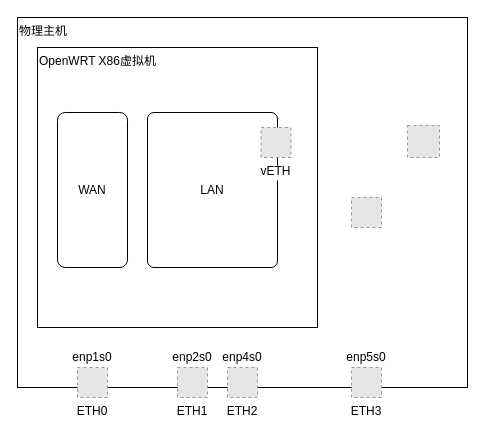
Above: page "第 8 页" (8 of 8) of openwrt.drawio in quboqin/drawio (draw.io), before the change. Source tidied: cells renumbered, new cells numbered last; positions are measured from the earlier drawing's top-left corner, leaving out a move shared by most shapes. Both pictures are drawn from the tidied source at 100%, with x=0, y=0 at pixel (17, 17). Pictures stored in the file or linked from it are replaced by grey dashed boxes.
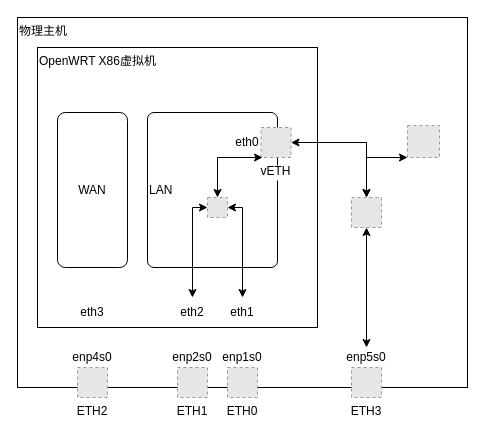
The same diagram, later.

Unchanged cells that the change refers to:
```xml
<mxCell id="4" style="fillColor=#E6E6E6;strokeColor=#999999;dashed=1;verticalLabelPosition=bottom;labelBackgroundColor=default;verticalAlign=top;align=center;fontFamily=Helvetica;fontSize=12;fontColor=default;" parent="1" vertex="1">
  <mxGeometry x="334" y="180" width="30" height="30" as="geometry" />
</mxCell>
<mxCell id="5" style="fillColor=#E6E6E6;strokeColor=#999999;dashed=1;verticalLabelPosition=bottom;labelBackgroundColor=default;verticalAlign=top;" parent="1" vertex="1">
  <mxGeometry x="390" y="108" width="32" height="32" as="geometry" />
</mxCell>
<mxCell id="12" value="vETH" style="fillColor=#E6E6E6;strokeColor=#999999;dashed=1;verticalLabelPosition=bottom;labelBackgroundColor=default;verticalAlign=top;align=center;fontFamily=Helvetica;fontSize=12;fontColor=default;" parent="1" vertex="1">
  <mxGeometry x="243.5" y="110" width="30" height="30" as="geometry" />
</mxCell>
<mxCell id="13" value="enp5s0" style="text;whiteSpace=wrap;align=center;verticalAlign=middle;" parent="1" vertex="1">
  <mxGeometry x="324" y="330" width="50" height="20" as="geometry" />
</mxCell>
```

Diff of the diagram source:
```diff
@@
+    <mxCell id="17" style="edgeStyle=orthogonalEdgeStyle;shape=connector;rounded=0;jettySize=auto;html=1;exitX=0.5;exitY=1;exitDx=0;exitDy=0;strokeColor=default;align=center;verticalAlign=middle;fontFamily=Helvetica;fontSize=11;fontColor=default;labelBackgroundColor=default;startArrow=classic;startFill=1;endArrow=classic;" parent="1" edge="1" source="4" target="13">
+      <mxGeometry relative="1" as="geometry" />
+    </mxCell>
@@
+    <mxCell id="18" style="edgeStyle=orthogonalEdgeStyle;shape=connector;rounded=0;jettySize=auto;html=1;strokeColor=default;align=center;verticalAlign=middle;fontFamily=Helvetica;fontSize=11;fontColor=default;labelBackgroundColor=default;startArrow=classic;startFill=1;endArrow=classic;" parent="1" edge="1" source="5" target="4">
+      <mxGeometry relative="1" as="geometry">
+        <Array as="points">
+          <mxPoint x="349" y="140" />
+        </Array>
+      </mxGeometry>
+    </mxCell>
@@
-    <mxCell id="9" value="LAN" style="rounded=1;whiteSpace=wrap;html=1;arcSize=5;" parent="1" vertex="1">
+    <mxCell id="9" value="LAN" style="rounded=1;whiteSpace=wrap;html=1;arcSize=5;align=left;" parent="1" vertex="1">
       <mxGeometry x="130" y="95" width="130" height="155" as="geometry" />
     </mxCell>
-    <mxCell id="10" value="ETH2" style="fillColor=#E6E6E6;strokeColor=#999999;dashed=1;verticalLabelPosition=bottom;labelBackgroundColor=default;verticalAlign=top;align=center;fontFamily=Helvetica;fontSize=12;fontColor=default;" parent="1" vertex="1">
+    <mxCell id="10" value="ETH0" style="fillColor=#E6E6E6;strokeColor=#999999;dashed=1;verticalLabelPosition=bottom;labelBackgroundColor=default;verticalAlign=top;align=center;fontFamily=Helvetica;fontSize=12;fontColor=default;" parent="1" vertex="1">
       <mxGeometry x="210" y="350" width="30" height="30" as="geometry" />
     </mxCell>
-    <mxCell id="11" value="ETH0" style="fillColor=#E6E6E6;strokeColor=#999999;dashed=1;verticalLabelPosition=bottom;labelBackgroundColor=default;verticalAlign=top;align=center;fontFamily=Helvetica;fontSize=12;fontColor=default;" parent="1" vertex="1">
+    <mxCell id="11" value="ETH2" style="fillColor=#E6E6E6;strokeColor=#999999;dashed=1;verticalLabelPosition=bottom;labelBackgroundColor=default;verticalAlign=top;align=center;fontFamily=Helvetica;fontSize=12;fontColor=default;" parent="1" vertex="1">
       <mxGeometry x="60" y="350" width="30" height="30" as="geometry" />
     </mxCell>
+    <mxCell id="19" style="edgeStyle=orthogonalEdgeStyle;shape=connector;rounded=0;jettySize=auto;html=1;strokeColor=default;align=center;verticalAlign=middle;fontFamily=Helvetica;fontSize=11;fontColor=default;labelBackgroundColor=default;startArrow=classic;startFill=1;endArrow=classic;" parent="1" edge="1" source="12" target="4">
+      <mxGeometry relative="1" as="geometry" />
+    </mxCell>
@@
-    <mxCell id="14" value="enp4s0" style="text;whiteSpace=wrap;align=center;verticalAlign=middle;" parent="1" vertex="1">
+    <mxCell id="14" value="enp1s0" style="text;whiteSpace=wrap;align=center;verticalAlign=middle;" parent="1" vertex="1">
       <mxGeometry x="200" y="330" width="50" height="20" as="geometry" />
     </mxCell>
@@
-    <mxCell id="16" value="enp1s0" style="text;whiteSpace=wrap;align=center;verticalAlign=middle;" parent="1" vertex="1">
+    <mxCell id="16" value="enp4s0" style="text;whiteSpace=wrap;align=center;verticalAlign=middle;" parent="1" vertex="1">
       <mxGeometry x="50" y="330" width="50" height="20" as="geometry" />
     </mxCell>
+    <mxCell id="20" value="eth1" style="text;html=1;align=center;verticalAlign=middle;whiteSpace=wrap;rounded=0;" parent="1" vertex="1">
+      <mxGeometry x="195" y="280" width="60" height="30" as="geometry" />
+    </mxCell>
+    <mxCell id="21" value="eth3" style="text;html=1;align=center;verticalAlign=middle;whiteSpace=wrap;rounded=0;" parent="1" vertex="1">
+      <mxGeometry x="45" y="280" width="60" height="30" as="geometry" />
+    </mxCell>
+    <mxCell id="22" value="eth0" style="text;html=1;align=center;verticalAlign=middle;whiteSpace=wrap;rounded=0;" parent="1" vertex="1">
+      <mxGeometry x="200" y="110" width="60" height="30" as="geometry" />
+    </mxCell>
+    <mxCell id="23" style="edgeStyle=orthogonalEdgeStyle;rounded=0;jettySize=auto;html=1;entryX=0;entryY=0.5;entryDx=0;entryDy=0;startArrow=classic;startFill=1;" parent="1" edge="1" source="24" target="27">
+      <mxGeometry relative="1" as="geometry">
+        <Array as="points">
+          <mxPoint x="175" y="190" />
+        </Array>
+      </mxGeometry>
+    </mxCell>
+    <mxCell id="24" value="eth2" style="text;html=1;align=center;verticalAlign=middle;whiteSpace=wrap;rounded=0;" parent="1" vertex="1">
+      <mxGeometry x="145" y="280" width="60" height="30" as="geometry" />
+    </mxCell>
+    <mxCell id="25" style="edgeStyle=orthogonalEdgeStyle;shape=connector;rounded=0;jettySize=auto;html=1;entryX=0.75;entryY=1;entryDx=0;entryDy=0;strokeColor=default;align=center;verticalAlign=middle;fontFamily=Helvetica;fontSize=11;fontColor=default;labelBackgroundColor=default;startArrow=classic;startFill=1;endArrow=classic;" parent="1" edge="1" source="27" target="22">
+      <mxGeometry relative="1" as="geometry">
+        <Array as="points">
+          <mxPoint x="200" y="140" />
+        </Array>
+      </mxGeometry>
+    </mxCell>
+    <mxCell id="26" style="edgeStyle=orthogonalEdgeStyle;shape=connector;rounded=0;jettySize=auto;html=1;strokeColor=default;align=center;verticalAlign=middle;fontFamily=Helvetica;fontSize=11;fontColor=default;labelBackgroundColor=default;startArrow=classic;startFill=1;endArrow=classic;exitX=1;exitY=0.5;exitDx=0;exitDy=0;" parent="1" edge="1" source="27" target="20">
+      <mxGeometry relative="1" as="geometry">
+        <Array as="points">
+          <mxPoint x="225" y="190" />
+        </Array>
+      </mxGeometry>
+    </mxCell>
+    <mxCell id="27" style="fillColor=#E6E6E6;strokeColor=#999999;dashed=1;verticalLabelPosition=bottom;labelBackgroundColor=default;verticalAlign=top;align=center;fontFamily=Helvetica;fontSize=12;fontColor=default;" parent="1" vertex="1">
+      <mxGeometry x="190" y="180" width="20" height="20" as="geometry" />
+    </mxCell>
```
